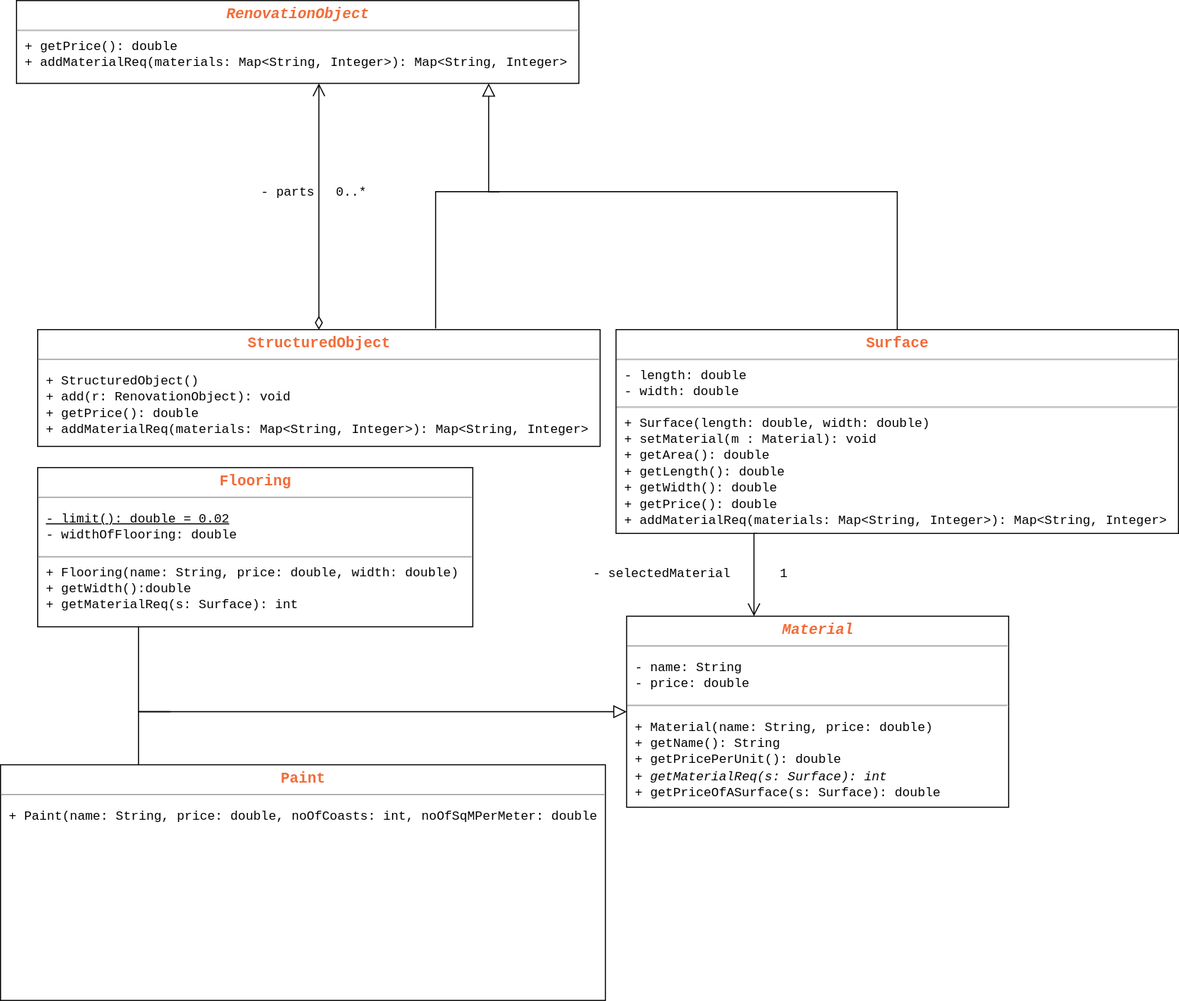
The draw.io diagram docs/tasks/exam/assets/Renovation_Project.svg in sierikov/inloop, before a commit. Source tidied: cells renumbered, new cells last; positions are measured from the earlier drawing's top-left corner, leaving out a move shared by most shapes.
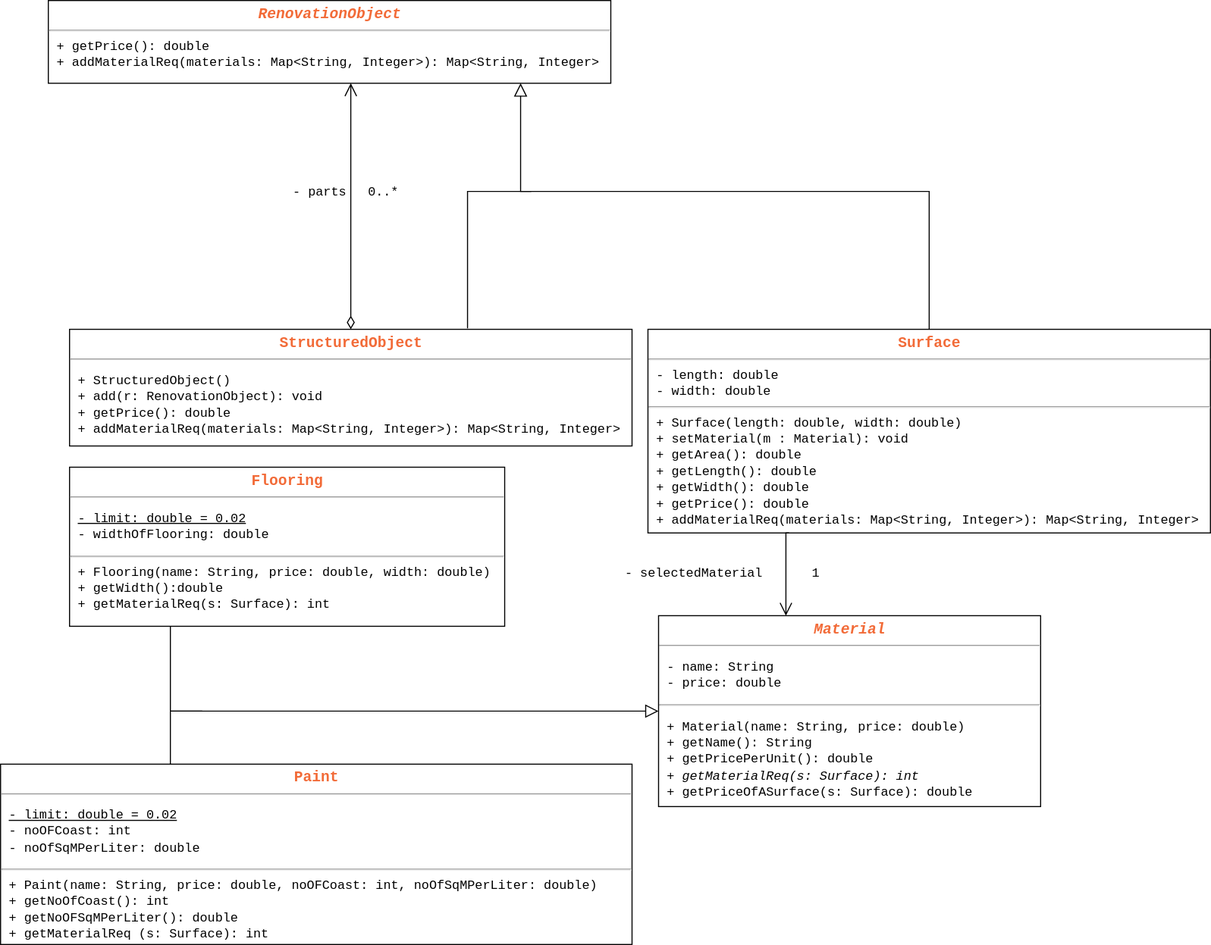
Above is the later version.

Diff of the diagram source:
```diff
@@ -41,10 +41,7 @@
     <mxCell id="11" value="1&lt;br&gt;" style="text;html=1;strokeColor=none;fillColor=none;align=center;verticalAlign=middle;whiteSpace=wrap;rounded=0;dashed=1;fontFamily=Courier New;" parent="1" vertex="1">
       <mxGeometry x="720" y="530" width="35" height="20" as="geometry" />
     </mxCell>
-    <mxCell id="12" value="&lt;p style=&quot;margin: 0px ; margin-top: 4px ; text-align: center&quot;&gt;&lt;font color=&quot;#f26b38&quot; face=&quot;Courier New&quot;&gt;&lt;span style=&quot;font-size: 14px&quot;&gt;&lt;b&gt;Paint&lt;/b&gt;&lt;/span&gt;&lt;/font&gt;&lt;/p&gt;&lt;hr size=&quot;1&quot;&gt;&lt;p&gt;&lt;font face=&quot;Courier New&quot;&gt;&amp;nbsp;+ Paint(name: String, price: double, noOfCoasts: int, noOfSqMPerMeter: double&lt;/font&gt;&lt;/p&gt;" style="verticalAlign=top;align=left;overflow=fill;fontSize=12;fontFamily=Helvetica;html=1;rounded=0;shadow=0;comic=0;labelBackgroundColor=none;strokeColor=#000000;strokeWidth=1;fillColor=#ffffff;" parent="1" vertex="1">
-      <mxGeometry y="720" width="570" height="222" as="geometry" />
-    </mxCell>
-    <mxCell id="13" value="&lt;p style=&quot;margin: 0px ; margin-top: 4px ; text-align: center&quot;&gt;&lt;font face=&quot;Courier New&quot; color=&quot;#f26b38&quot; size=&quot;1&quot;&gt;&lt;b style=&quot;font-size: 14px&quot;&gt;Flooring&lt;/b&gt;&lt;/font&gt;&lt;/p&gt;&lt;hr size=&quot;1&quot;&gt;&lt;p&gt;&lt;font face=&quot;Courier New&quot;&gt;&amp;nbsp;&lt;u&gt;- limit(): double = 0.02&lt;/u&gt;&lt;br&gt;&amp;nbsp;- widthOfFlooring: double&lt;/font&gt;&lt;/p&gt;&lt;hr&gt;&lt;font face=&quot;Courier New&quot;&gt;&amp;nbsp;+ Flooring(name: String, price: double, width: double)&lt;br&gt;&amp;nbsp;+ getWidth():double&lt;br&gt;&amp;nbsp;+ getMaterialReq(s: Surface): int&lt;br&gt;&lt;/font&gt;" style="verticalAlign=top;align=left;overflow=fill;fontSize=12;fontFamily=Helvetica;html=1;rounded=0;shadow=0;comic=0;labelBackgroundColor=none;strokeColor=#000000;strokeWidth=1;fillColor=#ffffff;" parent="1" vertex="1">
+    <mxCell id="13" value="&lt;p style=&quot;margin: 0px ; margin-top: 4px ; text-align: center&quot;&gt;&lt;font face=&quot;Courier New&quot; color=&quot;#f26b38&quot; size=&quot;1&quot;&gt;&lt;b style=&quot;font-size: 14px&quot;&gt;Flooring&lt;/b&gt;&lt;/font&gt;&lt;/p&gt;&lt;hr size=&quot;1&quot;&gt;&lt;p&gt;&lt;font face=&quot;Courier New&quot;&gt;&amp;nbsp;&lt;u&gt;- limit: double = 0.02&lt;/u&gt;&lt;br&gt;&amp;nbsp;- widthOfFlooring: double&lt;/font&gt;&lt;/p&gt;&lt;hr&gt;&lt;font face=&quot;Courier New&quot;&gt;&amp;nbsp;+ Flooring(name: String, price: double, width: double)&lt;br&gt;&amp;nbsp;+ getWidth():double&lt;br&gt;&amp;nbsp;+ getMaterialReq(s: Surface): int&lt;br&gt;&lt;/font&gt;" style="verticalAlign=top;align=left;overflow=fill;fontSize=12;fontFamily=Helvetica;html=1;rounded=0;shadow=0;comic=0;labelBackgroundColor=none;strokeColor=#000000;strokeWidth=1;fillColor=#ffffff;" parent="1" vertex="1">
       <mxGeometry x="35" y="440" width="410" height="150" as="geometry" />
     </mxCell>
     <mxCell id="14" style="edgeStyle=orthogonalEdgeStyle;rounded=0;html=1;labelBackgroundColor=none;startFill=0;endArrow=block;endFill=0;endSize=10;fontFamily=Verdana;fontSize=10;startArrow=none;startSize=10;entryX=0;entryY=0.5;entryDx=0;entryDy=0;" parent="1" edge="1" target="8">
@@ -84,5 +81,8 @@
         </Array>
       </mxGeometry>
     </mxCell>
+    <mxCell id="18" value="&lt;p style=&quot;margin: 0px ; margin-top: 4px ; text-align: center&quot;&gt;&lt;font face=&quot;Courier New&quot; color=&quot;#f26b38&quot; size=&quot;1&quot;&gt;&lt;b style=&quot;font-size: 14px&quot;&gt;Paint&lt;/b&gt;&lt;/font&gt;&lt;/p&gt;&lt;hr size=&quot;1&quot;&gt;&lt;p&gt;&lt;font face=&quot;Courier New&quot;&gt;&amp;nbsp;&lt;u&gt;- limit: double = 0.02&lt;/u&gt;&lt;br&gt;&amp;nbsp;- noOFCoast: int&lt;br&gt;&amp;nbsp;- noOfSqMPerLiter: double&lt;/font&gt;&lt;/p&gt;&lt;hr&gt;&lt;font face=&quot;Courier New&quot;&gt;&amp;nbsp;+ Paint(name: String, price: double,&amp;nbsp;&lt;/font&gt;&lt;span&gt;&lt;font face=&quot;Courier New&quot;&gt;noOFCoast&lt;/font&gt;&lt;/span&gt;&lt;font face=&quot;Courier New&quot;&gt;: int,&amp;nbsp;&lt;/font&gt;&lt;span&gt;&lt;font face=&quot;Courier New&quot;&gt;noOfSqMPerLiter: double)&lt;/font&gt;&lt;/span&gt;&lt;font face=&quot;Courier New&quot;&gt;&lt;br&gt;&amp;nbsp;+ getNoOfCoast(): int&lt;br&gt;&amp;nbsp;+ getNoOFSqMPerLiter(): double&lt;br&gt;&amp;nbsp;+ getMaterialReq (s: Surface): int&lt;br&gt;&lt;/font&gt;" style="verticalAlign=top;align=left;overflow=fill;fontSize=12;fontFamily=Helvetica;html=1;rounded=0;shadow=0;comic=0;labelBackgroundColor=none;strokeColor=#000000;strokeWidth=1;fillColor=#ffffff;" parent="1" vertex="1">
+      <mxGeometry x="-30" y="720" width="595" height="170" as="geometry" />
+    </mxCell>
   </root>
 </mxGraphModel>
```
